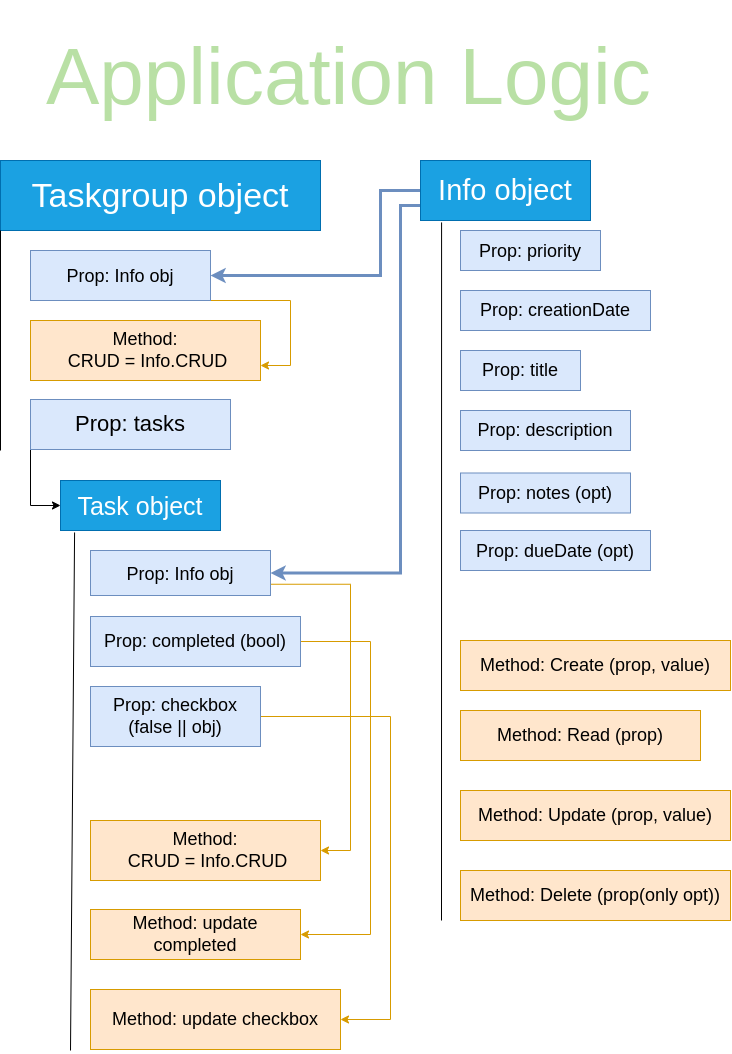
Before: todo-list-structure.drawio.png, a diagram exported from draw.io (tomcoso/to-do-list). Source tidied: cells renumbered, new cells last; positions are measured from the earlier drawing's top-left corner, leaving out a move shared by most shapes.
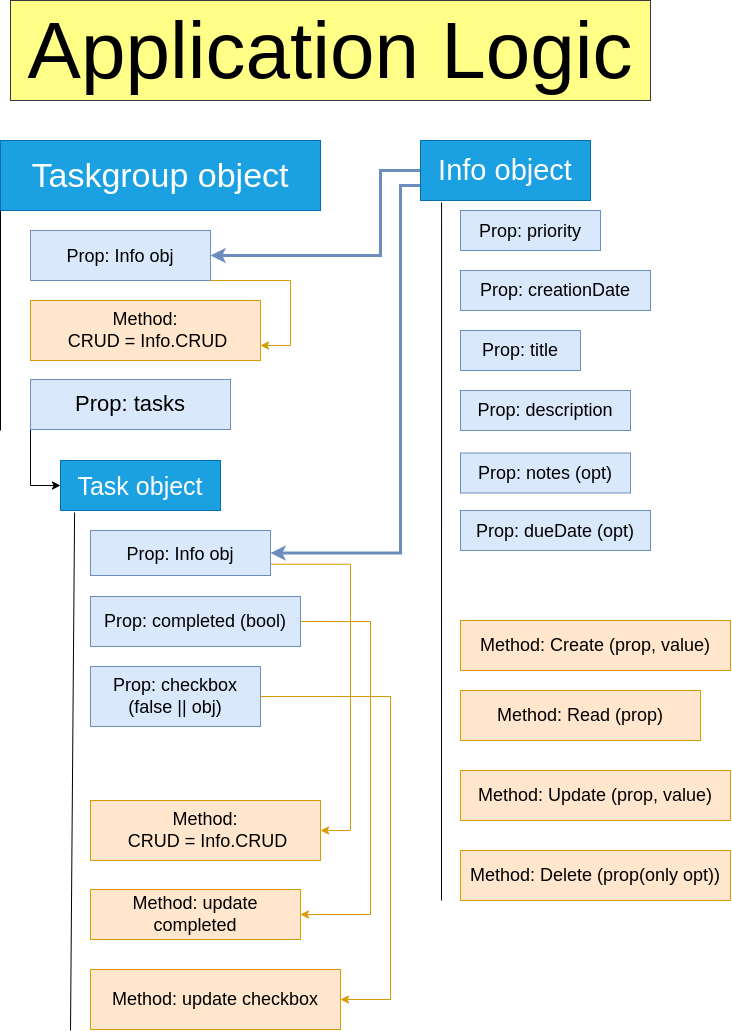
Above is the later version.

Change to the diagram source:
```diff
@@ -134,8 +134,8 @@
     <mxCell id="33" value="Method: update checkbox" style="rounded=0;whiteSpace=wrap;html=1;fontSize=18;fillColor=#ffe6cc;strokeColor=#d79b00;" parent="1" vertex="1">
       <mxGeometry x="90" y="989" width="250" height="60" as="geometry" />
     </mxCell>
-    <mxCell id="34" value="Application Logic" style="text;align=left;verticalAlign=middle;spacingLeft=4;spacingRight=4;overflow=hidden;fontSize=80;fontColor=#B9E0A5;" parent="1" vertex="1">
-      <mxGeometry x="40" width="640" height="130" as="geometry" />
+    <mxCell id="34" value="Application Logic" style="rounded=0;whiteSpace=wrap;html=1;fontSize=80;fillColor=#ffff88;strokeColor=#36393D;" parent="1" vertex="1">
+      <mxGeometry x="10" y="20" width="640" height="100" as="geometry" />
     </mxCell>
   </root>
 </mxGraphModel>
```
